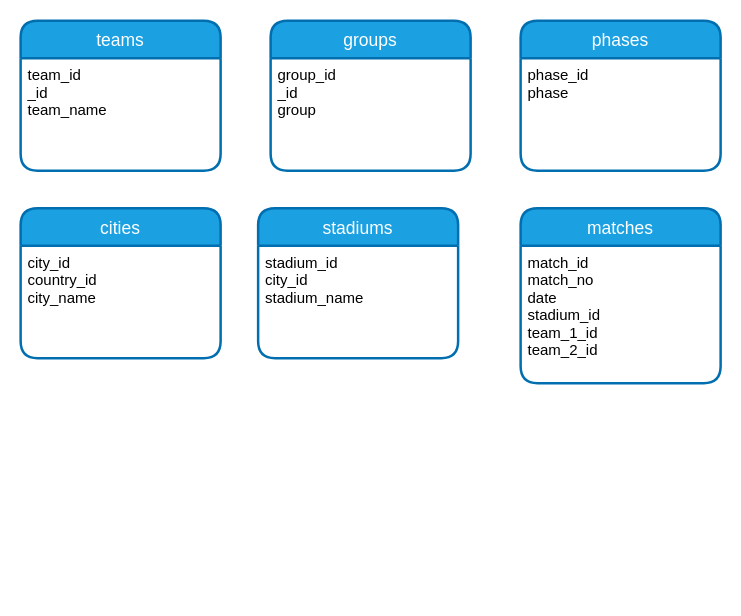
Before: qatar2022.drawio in r3card0/WorldCup2022, a draw.io diagram. Source tidied: cells renumbered, new cells numbered last; positions are measured from the earlier drawing's top-left corner, leaving out a move shared by most shapes. Both pictures are drawn from the tidied source at 125%, with x=0, y=0 at pixel (20, 20).
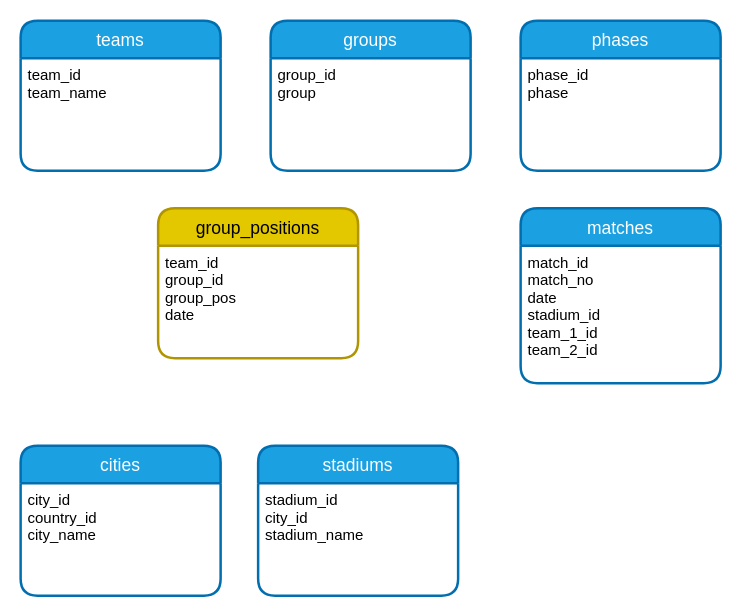
The same page after the edit.

Commit message:
teams, groups, group_positions

Change to the diagram source:
```diff
@@
 <mxGraphModel>
   <root>
     <mxCell id="0" />
     <mxCell id="1" parent="0" />
     <mxCell id="2" value="teams" style="swimlane;horizontal=1;startSize=30;rounded=1;fontSize=14;fontStyle=0;strokeWidth=2;shadow=0;dashed=0;align=center;fillColor=#1ba1e2;fontColor=#ffffff;strokeColor=#006EAF;" parent="1" vertex="1">
       <mxGeometry width="160" height="120" as="geometry" />
     </mxCell>
-    <mxCell id="3" value="team_id&#10;_id&#10;team_name" style="align=left;strokeColor=none;fillColor=none;spacingLeft=4;fontSize=12;verticalAlign=top;" parent="2" vertex="1">
+    <mxCell id="3" value="team_id&#10;team_name" style="align=left;strokeColor=none;fillColor=none;spacingLeft=4;fontSize=12;verticalAlign=top;" parent="2" vertex="1">
       <mxGeometry y="30" width="160" height="90" as="geometry" />
     </mxCell>
     <mxCell id="4" value="groups" style="swimlane;horizontal=1;startSize=30;rounded=1;fontSize=14;fontStyle=0;strokeWidth=2;shadow=0;dashed=0;align=center;fillColor=#1ba1e2;fontColor=#ffffff;strokeColor=#006EAF;" parent="1" vertex="1">
       <mxGeometry x="200" width="160" height="120" as="geometry" />
     </mxCell>
-    <mxCell id="5" value="group_id&#10;_id&#10;group" style="align=left;strokeColor=none;fillColor=none;spacingLeft=4;fontSize=12;verticalAlign=top;" parent="4" vertex="1">
+    <mxCell id="5" value="group_id&#10;group" style="align=left;strokeColor=none;fillColor=none;spacingLeft=4;fontSize=12;verticalAlign=top;" parent="4" vertex="1">
       <mxGeometry y="30" width="160" height="90" as="geometry" />
     </mxCell>
     <mxCell id="6" value="cities" style="swimlane;horizontal=1;startSize=30;rounded=1;fontSize=14;fontStyle=0;strokeWidth=2;shadow=0;dashed=0;align=center;fillColor=#1ba1e2;fontColor=#ffffff;strokeColor=#006EAF;" parent="1" vertex="1">
-      <mxGeometry y="150" width="160" height="120" as="geometry" />
+      <mxGeometry y="340" width="160" height="120" as="geometry" />
     </mxCell>
     <mxCell id="7" value="city_id&#10;country_id&#10;city_name" style="align=left;strokeColor=none;fillColor=none;spacingLeft=4;fontSize=12;verticalAlign=top;" parent="6" vertex="1">
       <mxGeometry y="30" width="160" height="90" as="geometry" />
     </mxCell>
     <mxCell id="8" value="stadiums" style="swimlane;horizontal=1;startSize=30;rounded=1;fontSize=14;fontStyle=0;strokeWidth=2;shadow=0;dashed=0;align=center;fillColor=#1ba1e2;fontColor=#ffffff;strokeColor=#006EAF;" parent="1" vertex="1">
-      <mxGeometry x="190" y="150" width="160" height="120" as="geometry" />
+      <mxGeometry x="190" y="340" width="160" height="120" as="geometry" />
     </mxCell>
     <mxCell id="9" value="stadium_id&#10;city_id&#10;stadium_name" style="align=left;strokeColor=none;fillColor=none;spacingLeft=4;fontSize=12;verticalAlign=top;" parent="8" vertex="1">
       <mxGeometry y="30" width="160" height="90" as="geometry" />
     </mxCell>
     <mxCell id="10" value="phases" style="swimlane;horizontal=1;startSize=30;rounded=1;fontSize=14;fontStyle=0;strokeWidth=2;shadow=0;dashed=0;align=center;fillColor=#1ba1e2;fontColor=#ffffff;strokeColor=#006EAF;" parent="1" vertex="1">
       <mxGeometry x="400" width="160" height="120" as="geometry" />
     </mxCell>
     <mxCell id="11" value="phase_id&#10;phase" style="align=left;strokeColor=none;fillColor=none;spacingLeft=4;fontSize=12;verticalAlign=top;" parent="10" vertex="1">
       <mxGeometry y="30" width="160" height="90" as="geometry" />
     </mxCell>
     <mxCell id="12" value="matches" style="swimlane;horizontal=1;startSize=30;rounded=1;fontSize=14;fontStyle=0;strokeWidth=2;shadow=0;dashed=0;align=center;fillColor=#1ba1e2;fontColor=#ffffff;strokeColor=#006EAF;" parent="1" vertex="1">
       <mxGeometry x="400" y="150" width="160" height="140" as="geometry" />
     </mxCell>
     <mxCell id="13" value="match_id&#10;match_no&#10;date&#10;stadium_id&#10;team_1_id&#10;team_2_id" style="align=left;strokeColor=none;fillColor=none;spacingLeft=4;fontSize=12;verticalAlign=top;" parent="12" vertex="1">
       <mxGeometry y="30" width="160" height="110" as="geometry" />
     </mxCell>
+    <mxCell id="14" value="group_positions" style="swimlane;horizontal=1;startSize=30;rounded=1;fontSize=14;fontStyle=0;strokeWidth=2;shadow=0;dashed=0;align=center;fillColor=#e3c800;fontColor=#000000;strokeColor=#B09500;" parent="1" vertex="1">
+      <mxGeometry x="110" y="150" width="160" height="120" as="geometry" />
+    </mxCell>
+    <mxCell id="15" value="team_id&#10;group_id&#10;group_pos&#10;date" style="align=left;strokeColor=none;fillColor=none;spacingLeft=4;fontSize=12;verticalAlign=top;" parent="14" vertex="1">
+      <mxGeometry y="30" width="160" height="90" as="geometry" />
+    </mxCell>
   </root>
 </mxGraphModel>
```
